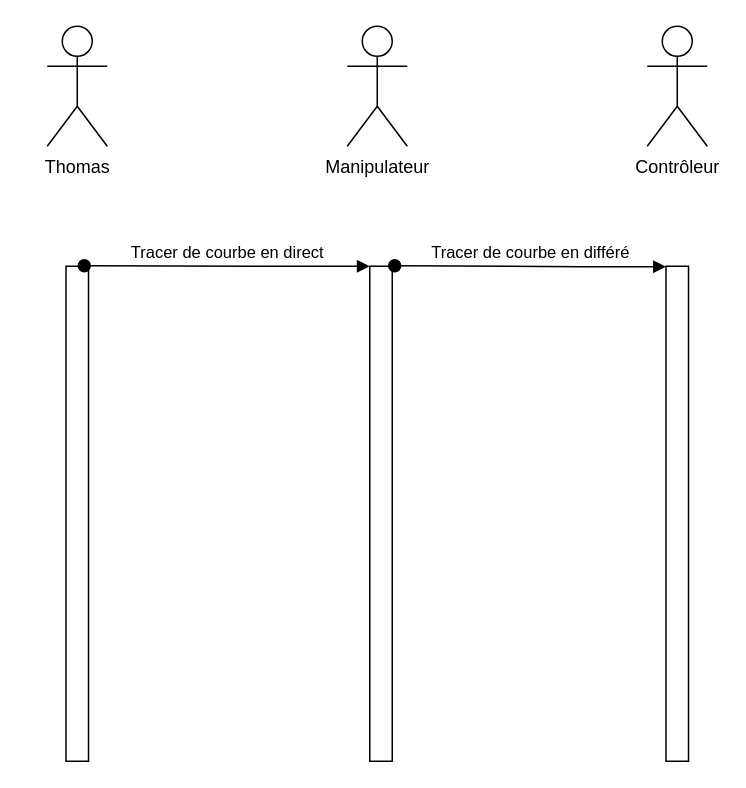
Before: Analyse/Thomas/diagrammeDeSequenceThomas.drawio in MRCThomas/testDeVerinSurBancHydraulique, a draw.io diagram. Source tidied: cells renumbered, new cells numbered last; positions are measured from the earlier drawing's top-left corner, leaving out a move shared by most shapes. Both pictures are drawn from the tidied source at 150%, with x=0, y=0 at pixel (46, 26).
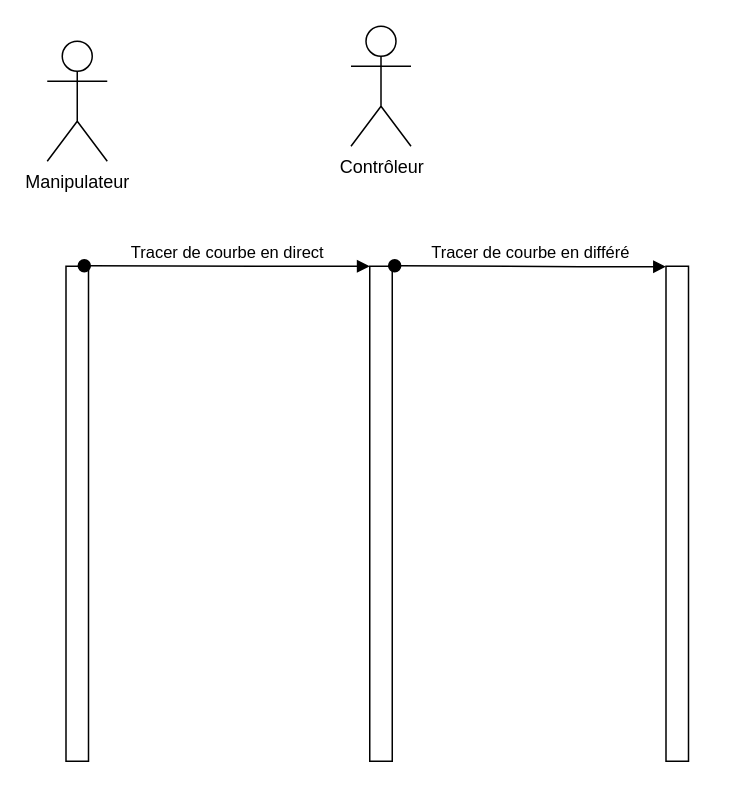
The same diagram, later.

What changed in the source:
```diff
@@
 <mxGraphModel>
   <root>
     <mxCell id="0" />
     <mxCell id="1" parent="0" />
-    <mxCell id="2" value="Thomas" style="shape=umlActor;verticalLabelPosition=bottom;verticalAlign=top;html=1;" parent="1" vertex="1">
-      <mxGeometry width="40" height="80" as="geometry" />
-    </mxCell>
     <mxCell id="3" value="Manipulateur" style="shape=umlActor;verticalLabelPosition=bottom;verticalAlign=top;html=1;" parent="1" vertex="1">
-      <mxGeometry x="200" width="40" height="80" as="geometry" />
+      <mxGeometry y="10" width="40" height="80" as="geometry" />
     </mxCell>
     <mxCell id="4" style="html=1;points=[];perimeter=orthogonalPerimeter;" parent="1" vertex="1">
       <mxGeometry x="12.5" y="160" width="15" height="330" as="geometry" />
     </mxCell>
     <mxCell id="5" style="html=1;points=[];perimeter=orthogonalPerimeter;" parent="1" vertex="1">
       <mxGeometry x="215" y="160" width="15" height="330" as="geometry" />
     </mxCell>
     <mxCell id="6" value="Tracer de courbe en direct" style="html=1;verticalAlign=bottom;startArrow=oval;endArrow=block;startSize=8;exitX=0.813;exitY=-0.001;exitDx=0;exitDy=0;exitPerimeter=0;" parent="1" edge="1" source="4" target="5">
       <mxGeometry relative="1" as="geometry">
         <Array as="points">
           <mxPoint x="160" y="160" />
         </Array>
       </mxGeometry>
     </mxCell>
     <mxCell id="7" value="Contrôleur" style="shape=umlActor;verticalLabelPosition=bottom;verticalAlign=top;html=1;" parent="1" vertex="1">
-      <mxGeometry x="400" width="40" height="80" as="geometry" />
+      <mxGeometry x="202.5" width="40" height="80" as="geometry" />
     </mxCell>
     <mxCell id="8" style="html=1;points=[];perimeter=orthogonalPerimeter;" parent="1" vertex="1">
       <mxGeometry x="412.5" y="160" width="15" height="330" as="geometry" />
     </mxCell>
     <mxCell id="9" value="Tracer de courbe en différé" style="html=1;verticalAlign=bottom;startArrow=oval;endArrow=block;startSize=8;exitX=1.108;exitY=-0.001;exitDx=0;exitDy=0;exitPerimeter=0;" parent="1" edge="1" source="5" target="8">
       <mxGeometry relative="1" as="geometry">
         <Array as="points">
           <mxPoint x="365.3" y="160.3" />
         </Array>
       </mxGeometry>
     </mxCell>
   </root>
 </mxGraphModel>
```
